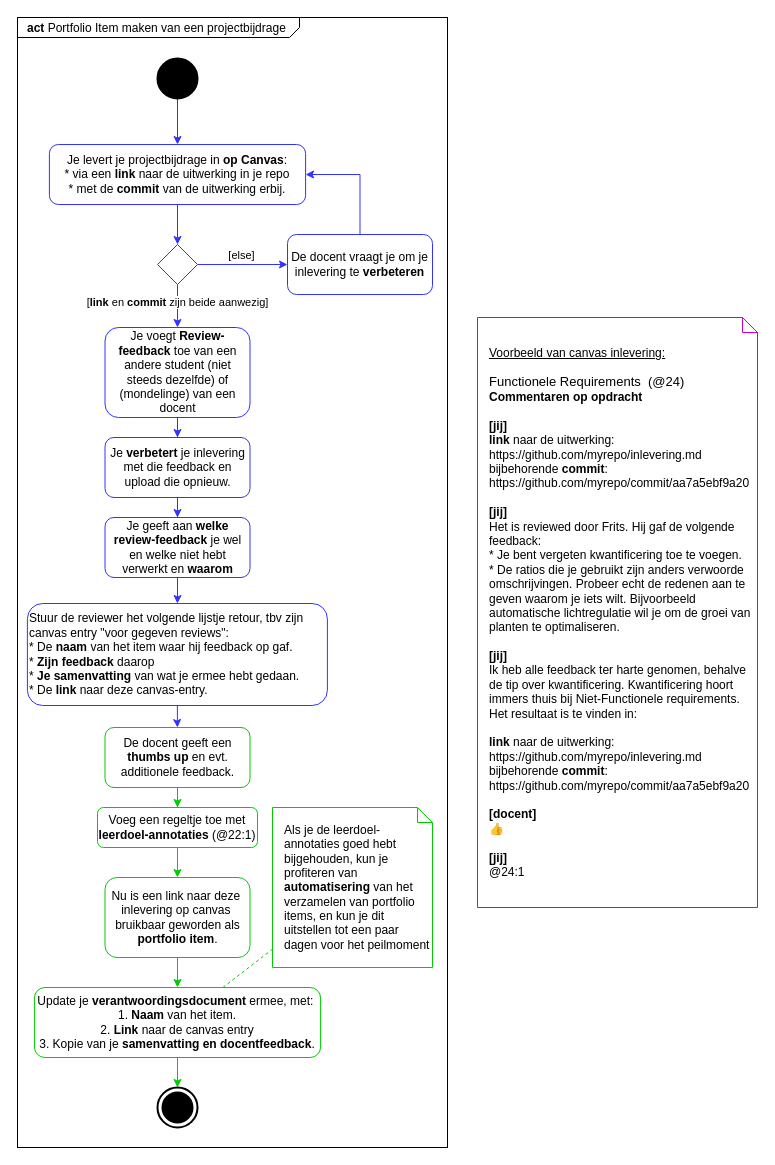
The draw.io diagram page "Projectbijdrage" (2 of 4) of organisatorisch/werkwijze_drawio/werkwijze_s3.drawio in HU-TI-DEV/TI-S3, before the edit. Source tidied: cells renumbered, new cells numbered last; positions are measured from the earlier drawing's top-left corner, leaving out a move shared by most shapes. Both pictures are drawn from the tidied source at 100%, with x=0, y=0 at pixel (17, 17).
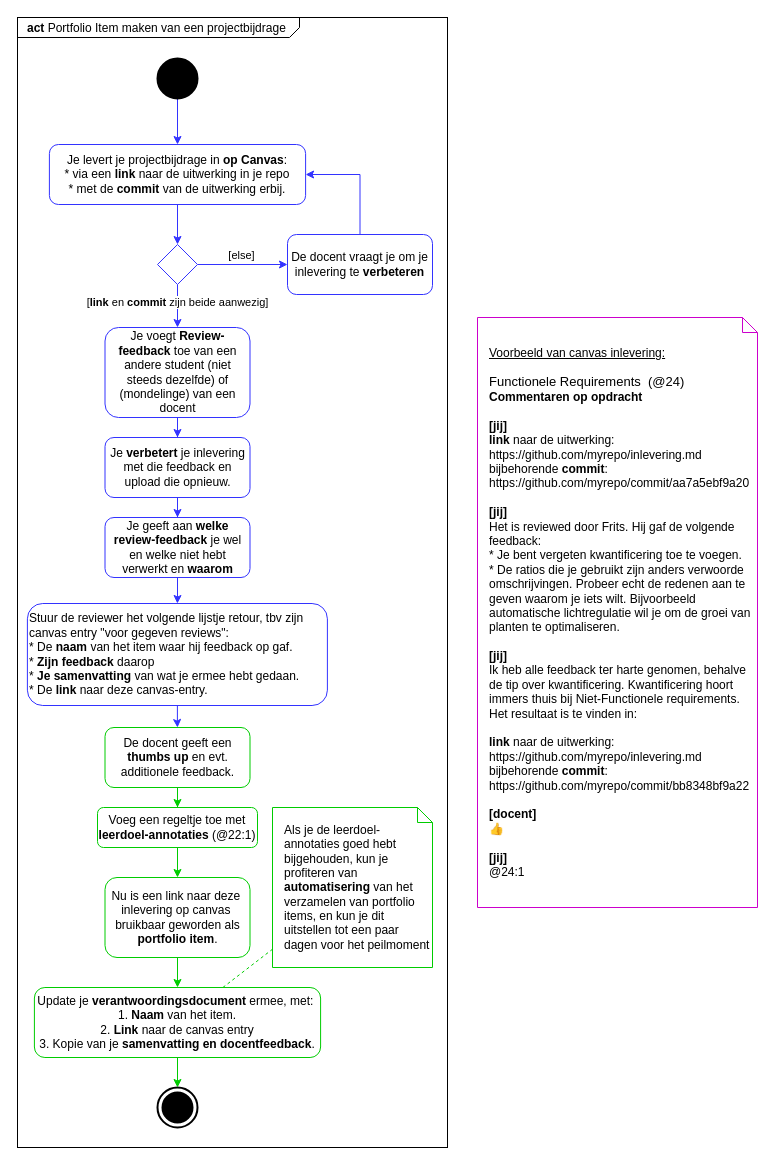
After the change.

Commit message (it also covers changes not shown here):
fix typo werkwijze projectbijdrage. added comments werkwijze feedback.

Change to the diagram source:
```diff
@@
-    <mxCell id="33" value="&lt;u&gt;Voorbeeld van canvas inlevering:&lt;br&gt;&lt;/u&gt;&lt;br&gt;&lt;font style=&quot;font-size: 13px;&quot;&gt;Functionele Requirements&amp;nbsp; (@24)&lt;/font&gt;&lt;br&gt;&lt;b&gt;Commentaren op opdracht&lt;br&gt;&lt;/b&gt;&lt;br&gt;&lt;b&gt;[jij]&lt;/b&gt;&lt;br&gt;&lt;b&gt;link&lt;/b&gt; naar de uitwerking:&lt;br&gt;https://github.com/myrepo/inlevering.md&lt;br&gt;bijbehorende &lt;b&gt;commit&lt;/b&gt;:&lt;br&gt;https://github.com/myrepo/commit/aa7a5ebf9a20&lt;br&gt;&lt;br&gt;&lt;b&gt;[jij]&lt;br&gt;&lt;/b&gt;Het is reviewed door Frits. Hij gaf de volgende feedback:&lt;br&gt;* Je bent vergeten kwantificering toe te voegen.&lt;br&gt;* De ratios die je gebruikt zijn anders verwoorde omschrijvingen. Probeer echt de redenen aan te geven waarom je iets wilt. Bijvoorbeeld automatische lichtregulatie wil je om de groei van planten te optimaliseren.&lt;br&gt;&lt;br&gt;&lt;b&gt;[jij]&lt;/b&gt;&lt;br&gt;Ik heb alle feedback ter harte genomen, behalve de tip over kwantificering. Kwantificering hoort immers thuis bij Niet-Functionele requirements. Het resultaat is te vinden in:&lt;br&gt;&lt;b style=&quot;border-color: var(--border-color);&quot;&gt;&lt;br&gt;link&lt;/b&gt;&amp;nbsp;naar de uitwerking:&lt;br style=&quot;border-color: var(--border-color);&quot;&gt;https://github.com/myrepo/inlevering.md&lt;br style=&quot;border-color: var(--border-color);&quot;&gt;bijbehorende&amp;nbsp;&lt;b style=&quot;border-color: var(--border-color);&quot;&gt;commit&lt;/b&gt;:&lt;br style=&quot;border-color: var(--border-color);&quot;&gt;https://github.com/myrepo/commit/aa7a5ebf9a20&lt;br&gt;&lt;br&gt;&lt;b&gt;[docent]&lt;/b&gt;&lt;br&gt;&lt;div&gt;👍&lt;/div&gt;&lt;div&gt;&lt;br&gt;&lt;/div&gt;&lt;div&gt;&lt;b&gt;[jij]&lt;/b&gt;&lt;/div&gt;&lt;div&gt;@24:1&lt;/div&gt;" style="shape=note;size=15;align=left;spacingLeft=10;html=1;whiteSpace=wrap;strokeColor=#CC00CC;" parent="5" vertex="1">
+    <mxCell id="33" value="&lt;u&gt;Voorbeeld van canvas inlevering:&lt;br&gt;&lt;/u&gt;&lt;br&gt;&lt;font style=&quot;font-size: 13px;&quot;&gt;Functionele Requirements&amp;nbsp; (@24)&lt;/font&gt;&lt;br&gt;&lt;b&gt;Commentaren op opdracht&lt;br&gt;&lt;/b&gt;&lt;br&gt;&lt;b&gt;[jij]&lt;/b&gt;&lt;br&gt;&lt;b&gt;link&lt;/b&gt; naar de uitwerking:&lt;br&gt;https://github.com/myrepo/inlevering.md&lt;br&gt;bijbehorende &lt;b&gt;commit&lt;/b&gt;:&lt;br&gt;https://github.com/myrepo/commit/aa7a5ebf9a20&lt;br&gt;&lt;br&gt;&lt;b&gt;[jij]&lt;br&gt;&lt;/b&gt;Het is reviewed door Frits. Hij gaf de volgende feedback:&lt;br&gt;* Je bent vergeten kwantificering toe te voegen.&lt;br&gt;* De ratios die je gebruikt zijn anders verwoorde omschrijvingen. Probeer echt de redenen aan te geven waarom je iets wilt. Bijvoorbeeld automatische lichtregulatie wil je om de groei van planten te optimaliseren.&lt;br&gt;&lt;br&gt;&lt;b&gt;[jij]&lt;/b&gt;&lt;br&gt;Ik heb alle feedback ter harte genomen, behalve de tip over kwantificering. Kwantificering hoort immers thuis bij Niet-Functionele requirements. Het resultaat is te vinden in:&lt;br&gt;&lt;b style=&quot;border-color: var(--border-color);&quot;&gt;&lt;br&gt;link&lt;/b&gt;&amp;nbsp;naar de uitwerking:&lt;br style=&quot;border-color: var(--border-color);&quot;&gt;https://github.com/myrepo/inlevering.md&lt;br style=&quot;border-color: var(--border-color);&quot;&gt;bijbehorende&amp;nbsp;&lt;b style=&quot;border-color: var(--border-color);&quot;&gt;commit&lt;/b&gt;:&lt;br style=&quot;border-color: var(--border-color);&quot;&gt;https://github.com/myrepo/commit/bb8348bf9a22&lt;br&gt;&lt;br&gt;&lt;b&gt;[docent]&lt;/b&gt;&lt;br&gt;&lt;div&gt;👍&lt;/div&gt;&lt;div&gt;&lt;br&gt;&lt;/div&gt;&lt;div&gt;&lt;b&gt;[jij]&lt;/b&gt;&lt;/div&gt;&lt;div&gt;@24:1&lt;/div&gt;" style="shape=note;size=15;align=left;spacingLeft=10;html=1;whiteSpace=wrap;strokeColor=#CC00CC;" parent="5" vertex="1">
       <mxGeometry x="460" y="300" width="280" height="590" as="geometry" />
     </mxCell>
```
